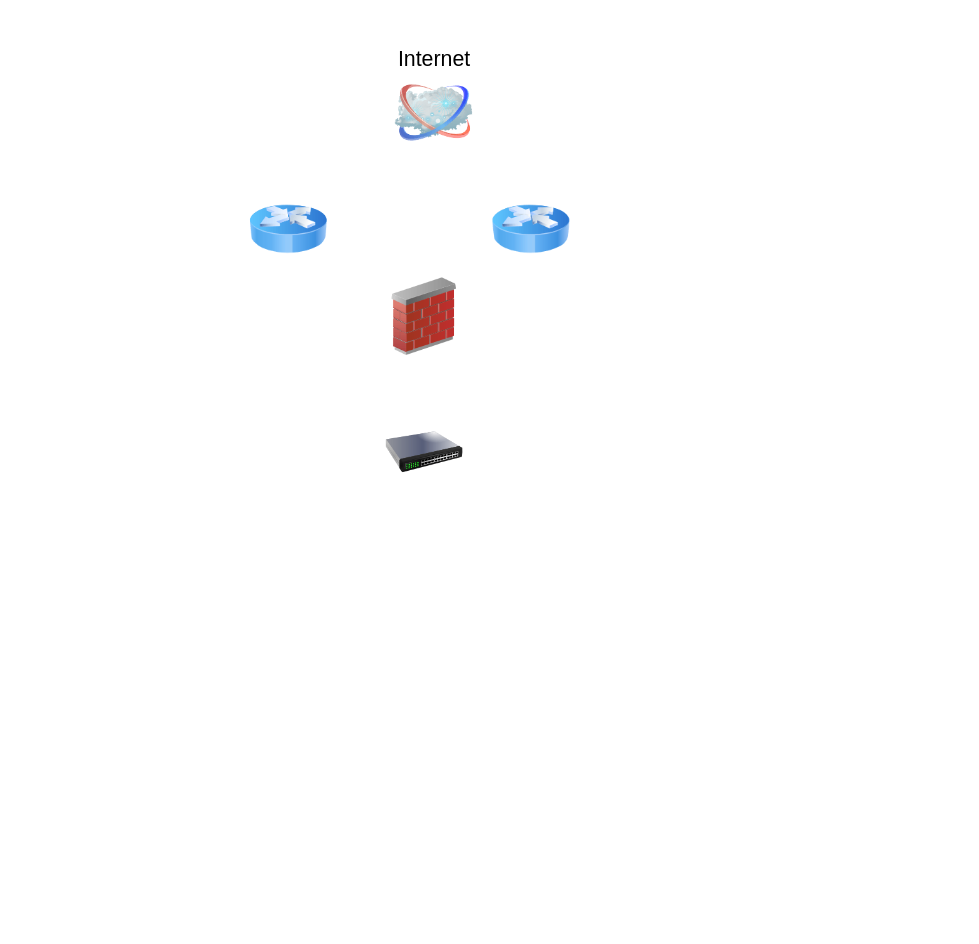
Earlier version of the draw.io diagram 1002JACANA.drawio (AndradeLeandro/Andrade). Source tidied: cells renumbered, new cells numbered last; positions are measured from the earlier drawing's top-left corner, leaving out a move shared by most shapes. Both pictures are drawn from the tidied source at 97%, with x=0, y=0 at pixel (249, 74).
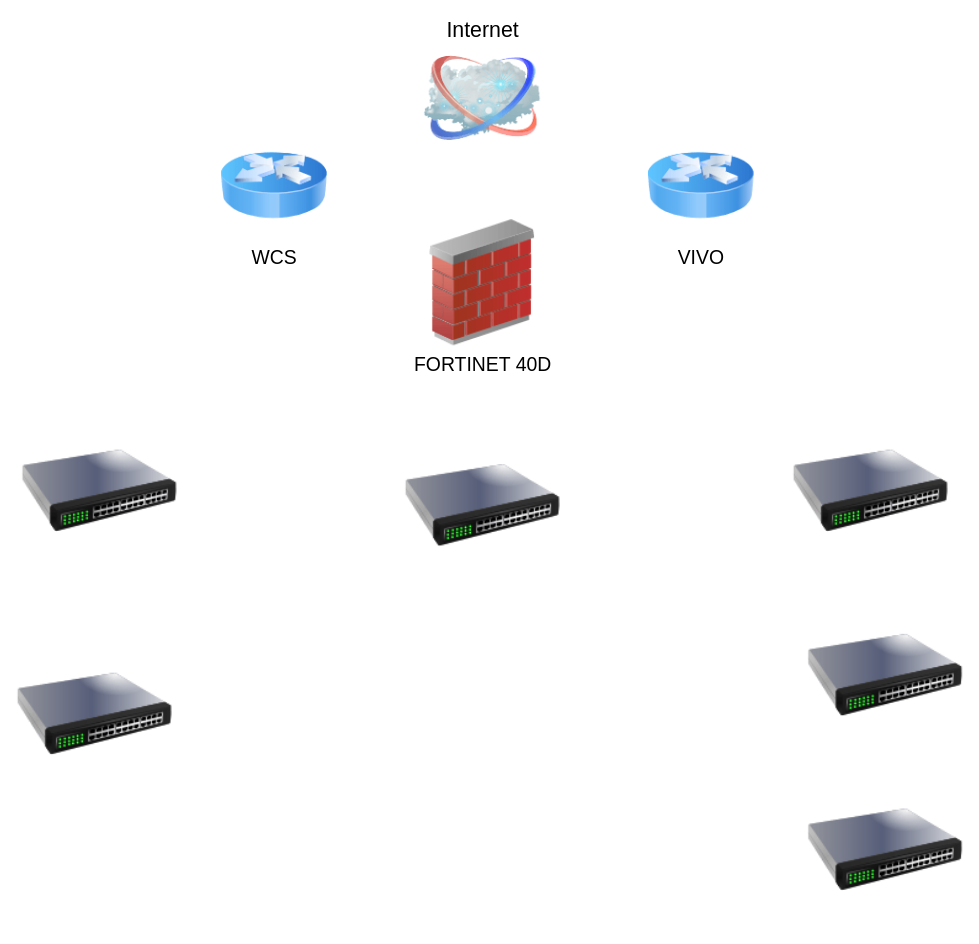
The same diagram, later.

What changed in the source:
```diff
@@
 <mxGraphModel>
   <root>
     <mxCell id="0" />
     <mxCell id="1" parent="0" />
-    <mxCell id="2" value="Internet" style="image;html=1;labelBackgroundColor=#ffffff;image=img/lib/clip_art/networking/Cloud_128x128.png;rounded=1;shadow=0;comic=0;strokeWidth=2;fontSize=22;labelPosition=center;verticalLabelPosition=top;align=center;verticalAlign=bottom;" parent="1" vertex="1">
-      <mxGeometry x="150" width="80" height="80" as="geometry" />
+    <mxCell id="2" value="Internet" style="image;html=1;labelBackgroundColor=#ffffff;image=img/lib/clip_art/networking/Cloud_128x128.png;rounded=1;shadow=0;comic=0;strokeWidth=4;fontSize=22;labelPosition=center;verticalLabelPosition=top;align=center;verticalAlign=bottom;" parent="1" vertex="1">
+      <mxGeometry x="180" y="-30" width="120" height="110" as="geometry" />
     </mxCell>
-    <mxCell id="3" style="image;html=1;image=img/lib/clip_art/networking/Firewall_02_128x128.png;" parent="1" vertex="1">
-      <mxGeometry x="140" y="210" width="80" height="80" as="geometry" />
+    <mxCell id="3" value="&lt;span style=&quot;font-size: 20px&quot;&gt;FORTINET 40D&lt;/span&gt;" style="image;html=1;image=img/lib/clip_art/networking/Firewall_02_128x128.png;" parent="1" vertex="1">
+      <mxGeometry x="165" y="150" width="150" height="130" as="geometry" />
     </mxCell>
     <mxCell id="4" style="image;html=1;image=img/lib/clip_art/networking/Switch_128x128.png;" parent="1" vertex="1">
-      <mxGeometry x="140" y="350" width="80" height="80" as="geometry" />
+      <mxGeometry x="-235" y="350" width="160" height="160" as="geometry" />
     </mxCell>
-    <mxCell id="5" style="image;html=1;image=img/lib/clip_art/networking/Router_Icon_128x128.png;" parent="1" vertex="1">
-      <mxGeometry y="120" width="80" height="80" as="geometry" />
-    </mxCell>
-    <mxCell id="6" style="image;html=1;image=img/lib/clip_art/networking/Router_Icon_128x128.png;" parent="1" vertex="1">
-      <mxGeometry x="250" y="120" width="80" height="80" as="geometry" />
-    </mxCell>
+    <mxCell id="7" value="&lt;font style=&quot;font-size: 20px&quot;&gt;WCS&lt;/font&gt;" style="image;html=1;image=img/lib/clip_art/networking/Router_Icon_128x128.png;" parent="1" vertex="1">
+      <mxGeometry x="-30" y="60" width="110" height="110" as="geometry" />
+    </mxCell>
+    <mxCell id="8" style="image;html=1;image=img/lib/clip_art/networking/Switch_128x128.png;" parent="1" vertex="1">
+      <mxGeometry x="160" y="365" width="160" height="160" as="geometry" />
+    </mxCell>
+    <mxCell id="9" style="image;html=1;image=img/lib/clip_art/networking/Switch_128x128.png;" parent="1" vertex="1">
+      <mxGeometry x="560" y="350" width="160" height="160" as="geometry" />
+    </mxCell>
+    <mxCell id="10" style="image;html=1;image=img/lib/clip_art/networking/Switch_128x128.png;" parent="1" vertex="1">
+      <mxGeometry x="-240" y="580" width="160" height="160" as="geometry" />
+    </mxCell>
+    <mxCell id="11" style="image;html=1;image=img/lib/clip_art/networking/Switch_128x128.png;" parent="1" vertex="1">
+      <mxGeometry x="575" y="540" width="160" height="160" as="geometry" />
+    </mxCell>
+    <mxCell id="12" style="image;html=1;image=img/lib/clip_art/networking/Switch_128x128.png;" parent="1" vertex="1">
+      <mxGeometry x="575" y="720" width="160" height="160" as="geometry" />
+    </mxCell>
+    <mxCell id="13" value="&lt;font style=&quot;font-size: 20px&quot;&gt;VIVO&lt;/font&gt;" style="image;html=1;image=img/lib/clip_art/networking/Router_Icon_128x128.png;" parent="1" vertex="1">
+      <mxGeometry x="410" y="60" width="110" height="110" as="geometry" />
+    </mxCell>
   </root>
 </mxGraphModel>
```
